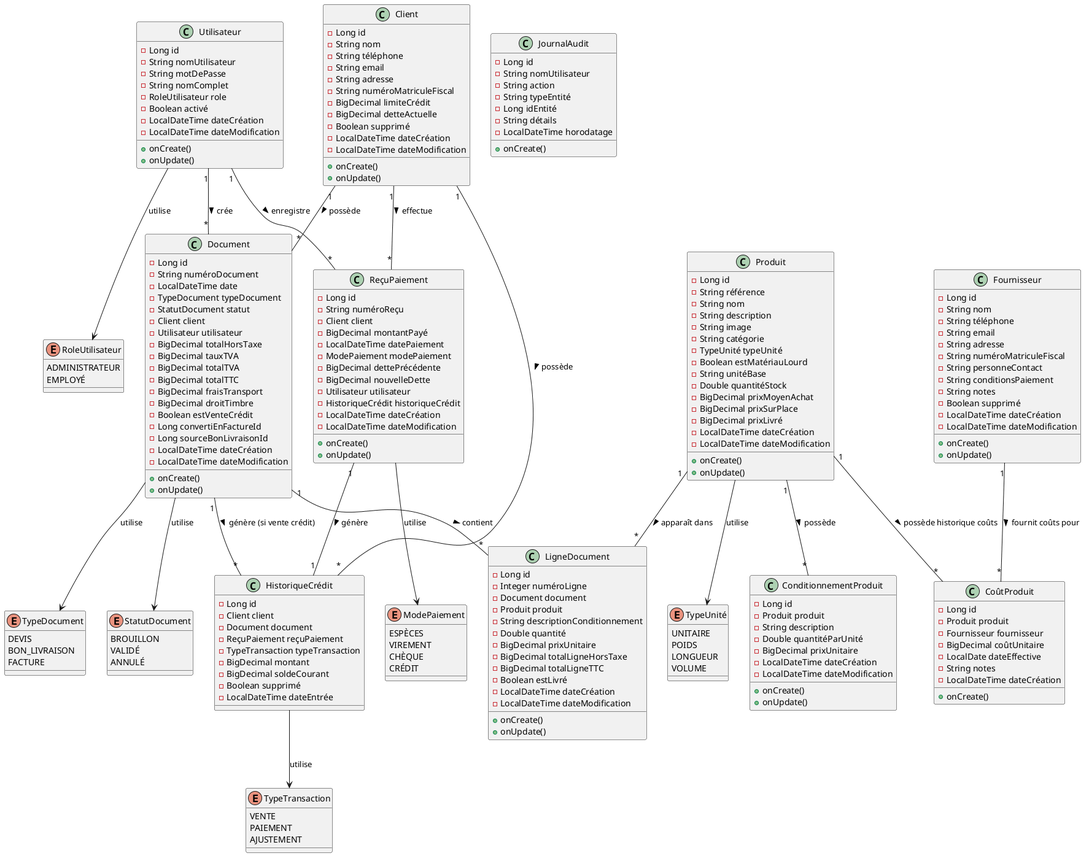
Above: docs/images/Diagramme-Classes-Magasin-Materiaux.png in mAmineChniti/hardware_store (PlantUML), before the change.
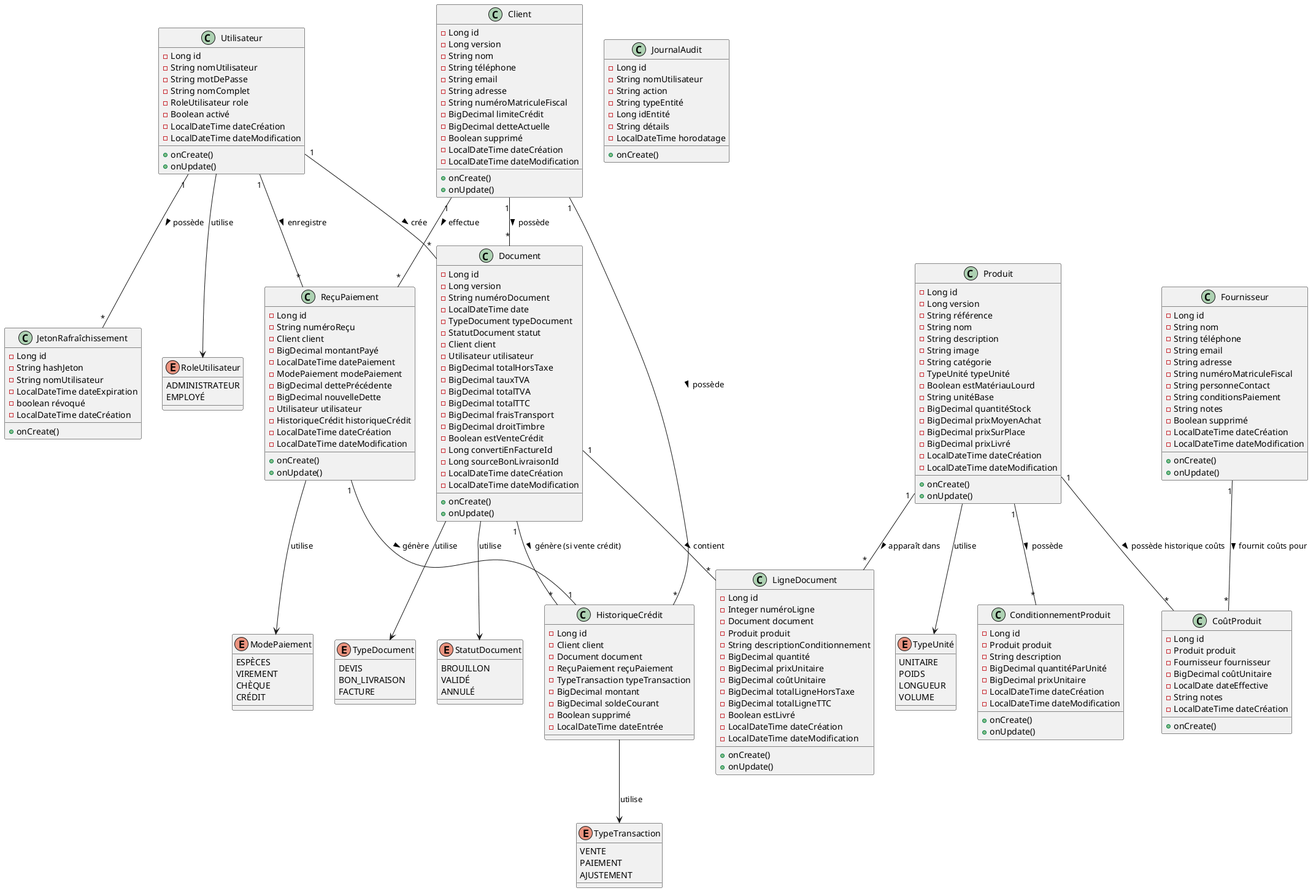
After the commit.

Diff of the diagram source:
```diff
@@ -54,6 +54,7 @@
 
 class Client {
   - Long id
+  - Long version
   - String nom
   - String téléphone
   - String email
@@ -87,6 +88,7 @@
 
 class Produit {
   - Long id
+  - Long version
   - String référence
   - String nom
   - String description
@@ -95,7 +97,7 @@
   - TypeUnité typeUnité
   - Boolean estMatériauLourd
   - String unitéBase
-  - Double quantitéStock
+  - BigDecimal quantitéStock
   - BigDecimal prixMoyenAchat
   - BigDecimal prixSurPlace
   - BigDecimal prixLivré
@@ -109,7 +111,7 @@
   - Long id
   - Produit produit
   - String description
-  - Double quantitéParUnité
+  - BigDecimal quantitéParUnité
   - BigDecimal prixUnitaire
   - LocalDateTime dateCréation
   - LocalDateTime dateModification
@@ -130,6 +132,7 @@
 
 class Document {
   - Long id
+  - Long version
   - String numéroDocument
   - LocalDateTime date
   - TypeDocument typeDocument
@@ -157,8 +160,9 @@
   - Document document
   - Produit produit
   - String descriptionConditionnement
-  - Double quantité
+  - BigDecimal quantité
   - BigDecimal prixUnitaire
+  - BigDecimal coûtUnitaire
   - BigDecimal totalLigneHorsTaxe
   - BigDecimal totalLigneTTC
   - Boolean estLivré
@@ -208,6 +212,16 @@
   + onCreate()
 }
 
+class JetonRafraîchissement {
+  - Long id
+  - String hashJeton
+  - String nomUtilisateur
+  - LocalDateTime dateExpiration
+  - boolean révoqué
+  - LocalDateTime dateCréation
+  + onCreate()
+}
+
 
 Utilisateur --> RoleUtilisateur : utilise
 Produit --> TypeUnité : utilise
@@ -218,6 +232,7 @@
 
 Utilisateur "1" -- "*" Document : crée >
 Utilisateur "1" -- "*" ReçuPaiement : enregistre >
+Utilisateur "1" -- "*" JetonRafraîchissement : possède >
 
 Client "1" -- "*" Document : possède >
 Client "1" -- "*" ReçuPaiement : effectue >
```
